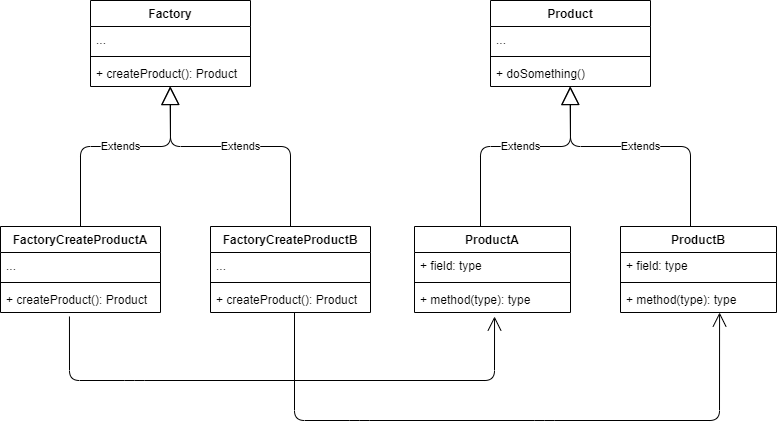
Above: 001/factoryMethod.drawio.png in yinghao-liu/design-pattern (draw.io), before the change. Source tidied: cells renumbered, new cells last; positions are measured from the earlier drawing's top-left corner, leaving out a move shared by most shapes.
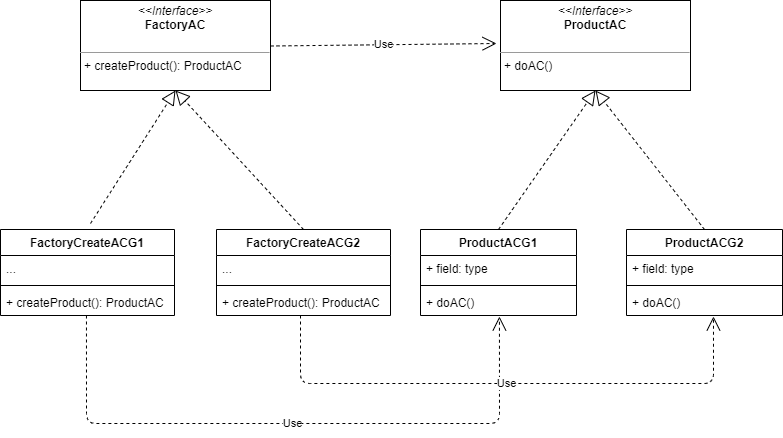
After the commit.

Commit message:
Abstract Factory

Change to the diagram source:
```diff
@@ -2,65 +2,31 @@
   <root>
     <mxCell id="0" />
     <mxCell id="1" parent="0" />
-    <mxCell id="2" value="Factory" style="swimlane;fontStyle=1;align=center;verticalAlign=top;horizontal=1;startSize=26;" parent="1" vertex="1">
-      <mxGeometry x="90" width="160" height="86" as="geometry" />
-    </mxCell>
-    <mxCell id="3" value="..." style="text;strokeColor=none;fillColor=none;align=left;verticalAlign=top;spacingLeft=4;spacingRight=4;overflow=hidden;" parent="2" vertex="1">
-      <mxGeometry y="26" width="160" height="26" as="geometry" />
-    </mxCell>
-    <mxCell id="4" style="line;strokeWidth=1;fillColor=none;align=left;verticalAlign=middle;spacingTop=-1;spacingLeft=3;spacingRight=3;labelPosition=right;" parent="2" vertex="1">
-      <mxGeometry y="52" width="160" height="8" as="geometry" />
-    </mxCell>
-    <mxCell id="5" value="+ createProduct(): Product" style="text;strokeColor=none;fillColor=none;align=left;verticalAlign=top;spacingLeft=4;spacingRight=4;overflow=hidden;" parent="2" vertex="1">
-      <mxGeometry y="60" width="160" height="26" as="geometry" />
-    </mxCell>
-    <mxCell id="6" value="Product" style="swimlane;fontStyle=1;align=center;verticalAlign=top;horizontal=1;startSize=26;" parent="1" vertex="1">
-      <mxGeometry x="490" width="160" height="86" as="geometry" />
-    </mxCell>
-    <mxCell id="7" value="..." style="text;strokeColor=none;fillColor=none;align=left;verticalAlign=top;spacingLeft=4;spacingRight=4;overflow=hidden;" parent="6" vertex="1">
-      <mxGeometry y="26" width="160" height="26" as="geometry" />
-    </mxCell>
-    <mxCell id="8" style="line;strokeWidth=1;fillColor=none;align=left;verticalAlign=middle;spacingTop=-1;spacingLeft=3;spacingRight=3;labelPosition=right;" parent="6" vertex="1">
-      <mxGeometry y="52" width="160" height="8" as="geometry" />
-    </mxCell>
-    <mxCell id="9" value="+ doSomething()" style="text;strokeColor=none;fillColor=none;align=left;verticalAlign=top;spacingLeft=4;spacingRight=4;overflow=hidden;" parent="6" vertex="1">
-      <mxGeometry y="60" width="160" height="26" as="geometry" />
-    </mxCell>
-    <mxCell id="10" value="Extends" style="endArrow=block;endSize=16;endFill=0;html=1;exitX=0.5;exitY=0;exitDx=0;exitDy=0;" parent="1" edge="1" source="11">
-      <mxGeometry x="0.04" relative="1" as="geometry">
-        <mxPoint x="169.5" y="86" as="targetPoint" />
-        <Array as="points">
-          <mxPoint x="80" y="146" />
-          <mxPoint x="110" y="146" />
-          <mxPoint x="170" y="146" />
-        </Array>
-      </mxGeometry>
-    </mxCell>
-    <mxCell id="11" value="FactoryCreateProductA" style="swimlane;fontStyle=1;align=center;verticalAlign=top;horizontal=1;startSize=26;" parent="1" vertex="1">
-      <mxGeometry y="226" width="160" height="86" as="geometry" />
+    <mxCell id="11" value="FactoryCreateACG1" style="swimlane;fontStyle=1;align=center;verticalAlign=top;horizontal=1;startSize=26;" parent="1" vertex="1">
+      <mxGeometry x="-6" y="226" width="174" height="86" as="geometry" />
     </mxCell>
     <mxCell id="12" value="..." style="text;strokeColor=none;fillColor=none;align=left;verticalAlign=top;spacingLeft=4;spacingRight=4;overflow=hidden;" parent="11" vertex="1">
-      <mxGeometry y="26" width="160" height="26" as="geometry" />
+      <mxGeometry y="26" width="174" height="26" as="geometry" />
     </mxCell>
     <mxCell id="13" style="line;strokeWidth=1;fillColor=none;align=left;verticalAlign=middle;spacingTop=-1;spacingLeft=3;spacingRight=3;labelPosition=right;" parent="11" vertex="1">
-      <mxGeometry y="52" width="160" height="8" as="geometry" />
+      <mxGeometry y="52" width="174" height="8" as="geometry" />
     </mxCell>
-    <mxCell id="14" value="+ createProduct(): Product" style="text;strokeColor=none;fillColor=none;align=left;verticalAlign=top;spacingLeft=4;spacingRight=4;overflow=hidden;points=[[0,0.5],[1,0.5]];portConstraint=eastwest;" parent="11" vertex="1">
-      <mxGeometry y="60" width="160" height="26" as="geometry" />
+    <mxCell id="14" value="+ createProduct(): ProductAC" style="text;strokeColor=none;fillColor=none;align=left;verticalAlign=top;spacingLeft=4;spacingRight=4;overflow=hidden;points=[[0,0.5],[1,0.5]];portConstraint=eastwest;" parent="11" vertex="1">
+      <mxGeometry y="60" width="174" height="26" as="geometry" />
     </mxCell>
-    <mxCell id="15" value="FactoryCreateProductB" style="swimlane;fontStyle=1;align=center;verticalAlign=top;horizontal=1;startSize=26;" parent="1" vertex="1">
-      <mxGeometry x="210" y="226" width="160" height="86" as="geometry" />
+    <mxCell id="15" value="FactoryCreateACG2" style="swimlane;fontStyle=1;align=center;verticalAlign=top;horizontal=1;startSize=26;" parent="1" vertex="1">
+      <mxGeometry x="210" y="226" width="174" height="86" as="geometry" />
     </mxCell>
     <mxCell id="16" value="..." style="text;strokeColor=none;fillColor=none;align=left;verticalAlign=top;spacingLeft=4;spacingRight=4;overflow=hidden;" parent="15" vertex="1">
-      <mxGeometry y="26" width="160" height="26" as="geometry" />
+      <mxGeometry y="26" width="174" height="26" as="geometry" />
     </mxCell>
     <mxCell id="17" style="line;strokeWidth=1;fillColor=none;align=left;verticalAlign=middle;spacingTop=-1;spacingLeft=3;spacingRight=3;labelPosition=right;" parent="15" vertex="1">
-      <mxGeometry y="52" width="160" height="8" as="geometry" />
+      <mxGeometry y="52" width="174" height="8" as="geometry" />
     </mxCell>
-    <mxCell id="18" value="+ createProduct(): Product" style="text;strokeColor=none;fillColor=none;align=left;verticalAlign=top;spacingLeft=4;spacingRight=4;overflow=hidden;" parent="15" vertex="1">
-      <mxGeometry y="60" width="160" height="26" as="geometry" />
+    <mxCell id="18" value="+ createProduct(): ProductAC" style="text;strokeColor=none;fillColor=none;align=left;verticalAlign=top;spacingLeft=4;spacingRight=4;overflow=hidden;" parent="15" vertex="1">
+      <mxGeometry y="60" width="174" height="26" as="geometry" />
     </mxCell>
-    <mxCell id="19" value="ProductA" style="swimlane;fontStyle=1;align=center;verticalAlign=top;horizontal=1;startSize=26;" parent="1" vertex="1">
+    <mxCell id="19" value="ProductACG1" style="swimlane;fontStyle=1;align=center;verticalAlign=top;horizontal=1;startSize=26;" parent="1" vertex="1">
       <mxGeometry x="414" y="226" width="156" height="86" as="geometry" />
     </mxCell>
     <mxCell id="20" value="+ field: type" style="text;strokeColor=none;fillColor=none;align=left;verticalAlign=top;spacingLeft=4;spacingRight=4;overflow=hidden;" parent="19" vertex="1">
@@ -69,10 +35,10 @@
     <mxCell id="21" style="line;strokeWidth=1;fillColor=none;align=left;verticalAlign=middle;spacingTop=-1;spacingLeft=3;spacingRight=3;labelPosition=right;" parent="19" vertex="1">
       <mxGeometry y="52" width="156" height="8" as="geometry" />
     </mxCell>
-    <mxCell id="22" value="+ method(type): type" style="text;strokeColor=none;fillColor=none;align=left;verticalAlign=top;spacingLeft=4;spacingRight=4;overflow=hidden;points=[[0,0.5],[1,0.5]];portConstraint=eastwest;" parent="19" vertex="1">
+    <mxCell id="22" value="+ doAC()" style="text;strokeColor=none;fillColor=none;align=left;verticalAlign=top;spacingLeft=4;spacingRight=4;overflow=hidden;points=[[0,0.5],[1,0.5]];portConstraint=eastwest;" parent="19" vertex="1">
       <mxGeometry y="60" width="156" height="26" as="geometry" />
     </mxCell>
-    <mxCell id="23" value="ProductB" style="swimlane;fontStyle=1;align=center;verticalAlign=top;horizontal=1;startSize=26;" parent="1" vertex="1">
+    <mxCell id="23" value="ProductACG2" style="swimlane;fontStyle=1;align=center;verticalAlign=top;horizontal=1;startSize=26;" parent="1" vertex="1">
       <mxGeometry x="620" y="226" width="156" height="86" as="geometry" />
     </mxCell>
     <mxCell id="24" value="+ field: type" style="text;strokeColor=none;fillColor=none;align=left;verticalAlign=top;spacingLeft=4;spacingRight=4;overflow=hidden;" parent="23" vertex="1">
@@ -81,61 +47,52 @@
     <mxCell id="25" style="line;strokeWidth=1;fillColor=none;align=left;verticalAlign=middle;spacingTop=-1;spacingLeft=3;spacingRight=3;labelPosition=right;" parent="23" vertex="1">
       <mxGeometry y="52" width="156" height="8" as="geometry" />
     </mxCell>
-    <mxCell id="26" value="+ method(type): type" style="text;strokeColor=none;fillColor=none;align=left;verticalAlign=top;spacingLeft=4;spacingRight=4;overflow=hidden;" parent="23" vertex="1">
+    <mxCell id="26" value="+ doAC()" style="text;strokeColor=none;fillColor=none;align=left;verticalAlign=top;spacingLeft=4;spacingRight=4;overflow=hidden;" parent="23" vertex="1">
       <mxGeometry y="60" width="156" height="26" as="geometry" />
     </mxCell>
-    <mxCell id="27" value="Extends" style="endArrow=block;endSize=16;endFill=0;html=1;exitX=0.5;exitY=0;exitDx=0;exitDy=0;" parent="1" edge="1" source="15">
-      <mxGeometry relative="1" as="geometry">
-        <mxPoint x="170" y="86" as="targetPoint" />
-        <Array as="points">
-          <mxPoint x="290" y="146" />
-          <mxPoint x="250" y="146" />
-          <mxPoint x="170" y="146" />
-        </Array>
-      </mxGeometry>
-    </mxCell>
-    <mxCell id="28" value="Extends" style="endArrow=block;endSize=16;endFill=0;html=1;exitX=0.5;exitY=0;exitDx=0;exitDy=0;" parent="1" edge="1">
-      <mxGeometry x="0.04" relative="1" as="geometry">
-        <mxPoint x="480" y="226" as="sourcePoint" />
-        <mxPoint x="569.5" y="86" as="targetPoint" />
-        <Array as="points">
-          <mxPoint x="480" y="146" />
-          <mxPoint x="510" y="146" />
-          <mxPoint x="570" y="146" />
-        </Array>
-      </mxGeometry>
-    </mxCell>
-    <mxCell id="29" value="Extends" style="endArrow=block;endSize=16;endFill=0;html=1;exitX=0.5;exitY=0;exitDx=0;exitDy=0;" parent="1" edge="1">
-      <mxGeometry relative="1" as="geometry">
-        <mxPoint x="690" y="226" as="sourcePoint" />
-        <mxPoint x="570" y="86" as="targetPoint" />
-        <Array as="points">
-          <mxPoint x="690" y="146" />
-          <mxPoint x="650" y="146" />
-          <mxPoint x="570" y="146" />
-        </Array>
-      </mxGeometry>
-    </mxCell>
-    <mxCell id="30" style="endArrow=open;endFill=1;endSize=12;html=1;exitX=0.431;exitY=1.154;exitDx=0;exitDy=0;exitPerimeter=0;entryX=0.513;entryY=1.154;entryDx=0;entryDy=0;entryPerimeter=0;" parent="1" edge="1" source="14" target="22">
+    <mxCell id="30" value="Use" style="endArrow=open;endSize=12;dashed=1;html=1;exitX=0.494;exitY=1;exitDx=0;exitDy=0;exitPerimeter=0;entryX=0.506;entryY=1.038;entryDx=0;entryDy=0;entryPerimeter=0;" parent="1" edge="1" source="14" target="22">
       <mxGeometry relative="1" as="geometry">
         <Array as="points">
-          <mxPoint x="69" y="380" />
-          <mxPoint x="134" y="380" />
-          <mxPoint x="494" y="380" />
+          <mxPoint x="80" y="420" />
+          <mxPoint x="493" y="420" />
         </Array>
       </mxGeometry>
     </mxCell>
-    <mxCell id="31" style="endArrow=open;endFill=1;endSize=12;html=1;exitX=0.431;exitY=1.154;exitDx=0;exitDy=0;exitPerimeter=0;entryX=0.513;entryY=1.154;entryDx=0;entryDy=0;entryPerimeter=0;" parent="1" edge="1">
-      <mxGeometry relative="1" as="geometry">
-        <mxPoint x="294" y="312" as="sourcePoint" />
-        <mxPoint x="719.1" y="312" as="targetPoint" />
-        <Array as="points">
-          <mxPoint x="294" y="420" />
-          <mxPoint x="359" y="420" />
-          <mxPoint x="544" y="420" />
-          <mxPoint x="719" y="420" />
-        </Array>
-      </mxGeometry>
-    </mxCell>
+    <mxCell id="32" value="Use" style="endArrow=open;endSize=12;dashed=1;html=1;exitX=0.494;exitY=1;exitDx=0;exitDy=0;exitPerimeter=0;entryX=0.506;entryY=1.038;entryDx=0;entryDy=0;entryPerimeter=0;" parent="1" edge="1">
+      <mxGeometry relative="1" as="geometry">
+        <mxPoint x="294" y="312" as="sourcePoint" />
+        <mxPoint x="707" y="313" as="targetPoint" />
+        <Array as="points">
+          <mxPoint x="294" y="380" />
+          <mxPoint x="707" y="380" />
+        </Array>
+      </mxGeometry>
+    </mxCell>
+    <mxCell id="33" style="endArrow=block;dashed=1;endFill=0;endSize=12;html=1;exitX=0.5;exitY=0;exitDx=0;exitDy=0;entryX=0.5;entryY=1;entryDx=0;entryDy=0;" parent="1" edge="1" source="19" target="39">
+      <mxGeometry relative="1" as="geometry" />
+    </mxCell>
+    <mxCell id="34" style="endArrow=block;dashed=1;endFill=0;endSize=12;html=1;exitX=0.5;exitY=0;exitDx=0;exitDy=0;entryX=0.5;entryY=1;entryDx=0;entryDy=0;" parent="1" edge="1" source="23" target="39">
+      <mxGeometry relative="1" as="geometry" />
+    </mxCell>
+    <mxCell id="35" style="endArrow=block;dashed=1;endFill=0;endSize=12;html=1;entryX=0.5;entryY=1;entryDx=0;entryDy=0;" parent="1" edge="1" target="38">
+      <mxGeometry relative="1" as="geometry">
+        <mxPoint x="84" y="220" as="sourcePoint" />
+      </mxGeometry>
+    </mxCell>
+    <mxCell id="36" style="endArrow=block;dashed=1;endFill=0;endSize=12;html=1;exitX=0.5;exitY=0;exitDx=0;exitDy=0;entryX=0.5;entryY=1;entryDx=0;entryDy=0;" parent="1" edge="1" source="15" target="38">
+      <mxGeometry relative="1" as="geometry" />
+    </mxCell>
+    <mxCell id="37" value="Use" style="endArrow=open;endSize=12;dashed=1;html=1;entryX=0;entryY=0.5;entryDx=0;entryDy=0;" parent="1" edge="1">
+      <mxGeometry relative="1" as="geometry">
+        <mxPoint x="264" y="42.5" as="sourcePoint" />
+        <mxPoint x="490" y="40" as="targetPoint" />
+      </mxGeometry>
+    </mxCell>
+    <mxCell id="38" value="&lt;p style=&quot;margin: 0px ; margin-top: 4px ; text-align: center&quot;&gt;&lt;i&gt;&amp;lt;&amp;lt;Interface&amp;gt;&amp;gt;&lt;/i&gt;&lt;br&gt;&lt;span style=&quot;font-weight: 700&quot;&gt;FactoryAC&lt;/span&gt;&lt;br&gt;&lt;/p&gt;&lt;p style=&quot;margin: 0px ; margin-left: 4px&quot;&gt;&lt;br&gt;&lt;/p&gt;&lt;hr size=&quot;1&quot;&gt;&lt;p style=&quot;margin: 0px ; margin-left: 4px&quot;&gt;+ createProduct(): ProductAC&lt;br&gt;&lt;/p&gt;" style="verticalAlign=top;align=left;overflow=fill;fontSize=12;fontFamily=Helvetica;html=1;" parent="1" vertex="1">
+      <mxGeometry x="74" y="-3" width="190" height="90" as="geometry" />
+    </mxCell>
+    <mxCell id="39" value="&lt;p style=&quot;margin: 0px ; margin-top: 4px ; text-align: center&quot;&gt;&lt;i&gt;&amp;lt;&amp;lt;Interface&amp;gt;&amp;gt;&lt;/i&gt;&lt;br&gt;&lt;span style=&quot;font-weight: 700&quot;&gt;ProductAC&lt;/span&gt;&lt;br&gt;&lt;/p&gt;&lt;p style=&quot;margin: 0px ; margin-left: 4px&quot;&gt;&lt;br&gt;&lt;/p&gt;&lt;hr size=&quot;1&quot;&gt;&lt;p style=&quot;margin: 0px ; margin-left: 4px&quot;&gt;+ doAC()&lt;br&gt;&lt;/p&gt;" style="verticalAlign=top;align=left;overflow=fill;fontSize=12;fontFamily=Helvetica;html=1;" parent="1" vertex="1">
+      <mxGeometry x="494" y="-3" width="190" height="90" as="geometry" />
+    </mxCell>
   </root>
 </mxGraphModel>
```
